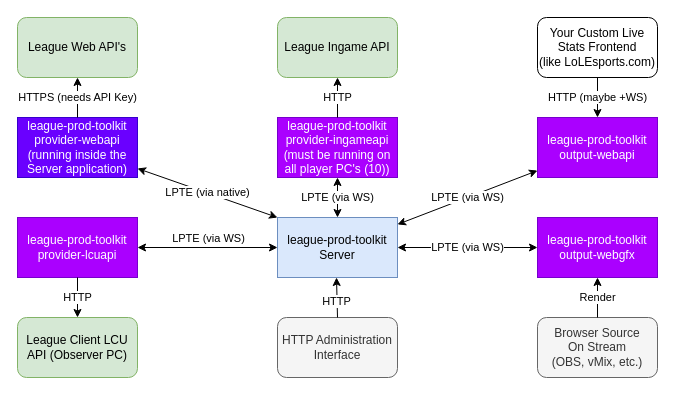
This is Architecture.drawio from Snaken/league-prod-toolkit, a draw.io file, before an edit. Source tidied: cells renumbered, new cells numbered last; positions are measured from the earlier drawing's top-left corner, leaving out a move shared by most shapes. Both pictures are drawn from the tidied source at 100%, with x=0, y=0 at pixel (17, 17).
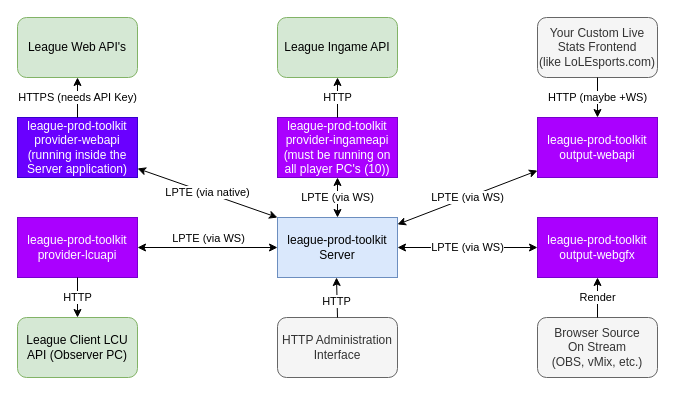
After the change.

What changed in the source:
```diff
@@
-    <mxCell id="25" value="Your Custom Live Stats Frontend&lt;br&gt;(like LoLEsports.com)" style="rounded=1;whiteSpace=wrap;html=1;" parent="1" vertex="1">
+    <mxCell id="25" value="Your Custom Live Stats Frontend&lt;br&gt;(like LoLEsports.com)" style="rounded=1;whiteSpace=wrap;html=1;fillColor=#f5f5f5;strokeColor=#666666;fontColor=#333333;" parent="1" vertex="1">
       <mxGeometry x="520" width="120" height="60" as="geometry" />
     </mxCell>
```
